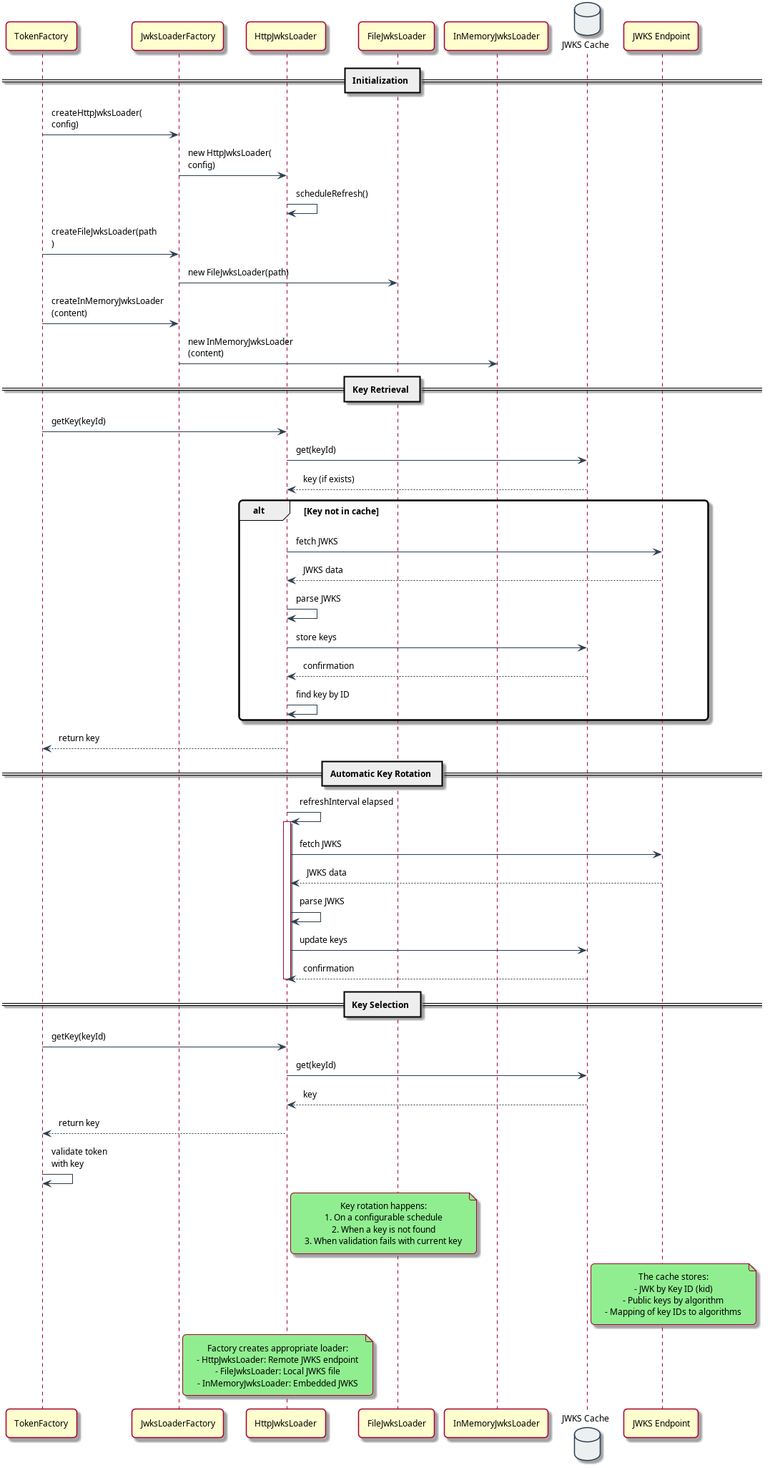
The PlantUML diagram doc/plantuml/key-management.png in cuioss/cui-jwt-validation, before a commit. Its source is kept beside it as doc/plantuml/key-management.puml.
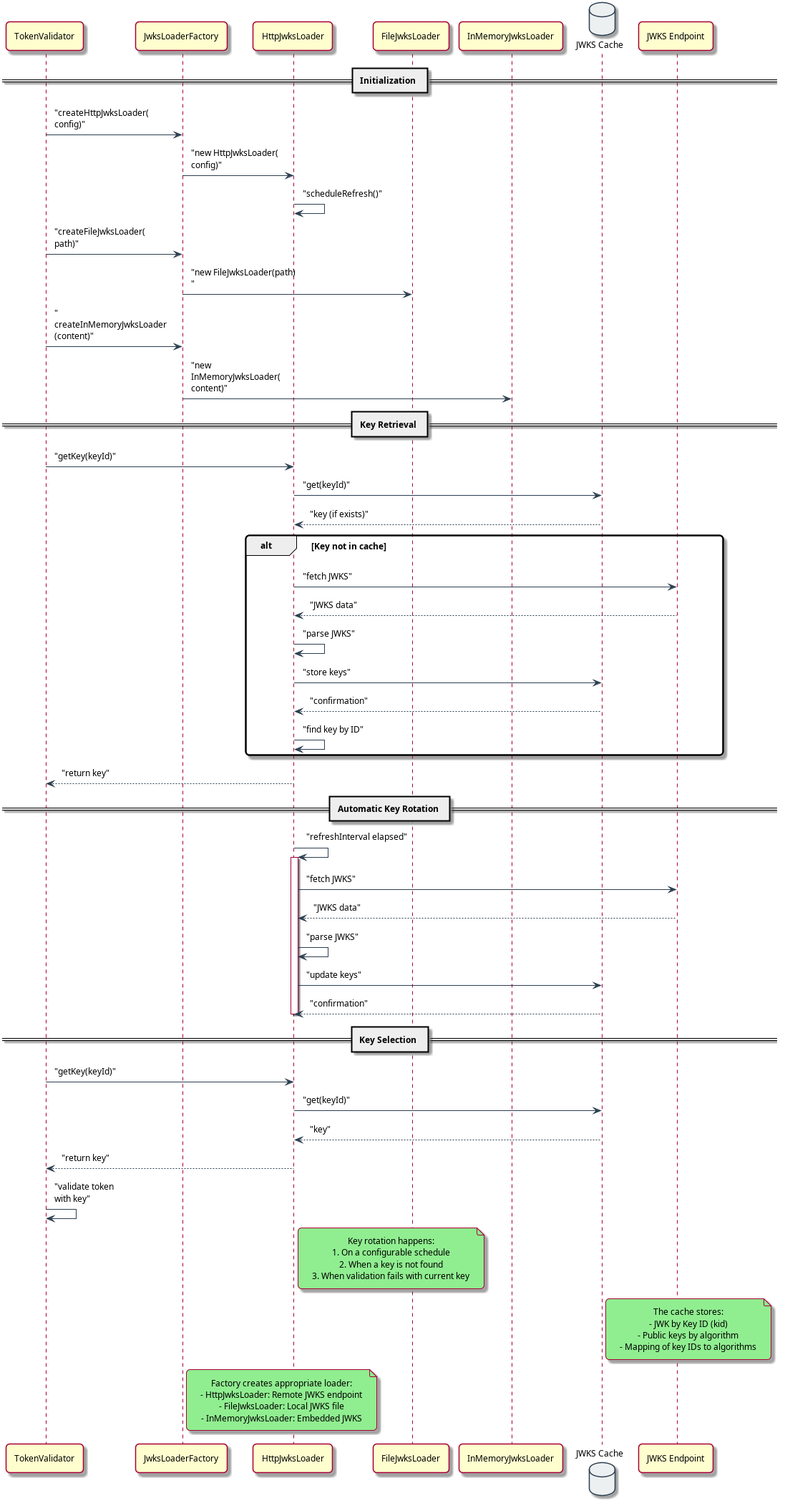
Later version of the same file.

The edit, as a diff of the source:
```diff
@@ -1,7 +1,7 @@
 @startuml
 !include plantuml.skin
 
-participant "TokenFactory" as TokenFactory
+participant "TokenValidator" as TokenValidator
 participant "JwksLoaderFactory" as JwksLoaderFactory
 participant "HttpJwksLoader" as HttpLoader
 participant "FileJwksLoader" as FileLoader
@@ -11,52 +11,52 @@
 
 == Initialization ==
 
-TokenFactory -> JwksLoaderFactory : createHttpJwksLoader(config)
-JwksLoaderFactory -> HttpLoader : new HttpJwksLoader(config)
-HttpLoader -> HttpLoader : scheduleRefresh()
+TokenValidator -> JwksLoaderFactory : "createHttpJwksLoader(config)"
+JwksLoaderFactory -> HttpLoader : "new HttpJwksLoader(config)"
+HttpLoader -> HttpLoader : "scheduleRefresh()"
 
-TokenFactory -> JwksLoaderFactory : createFileJwksLoader(path)
-JwksLoaderFactory -> FileLoader : new FileJwksLoader(path)
+TokenValidator -> JwksLoaderFactory : "createFileJwksLoader(path)"
+JwksLoaderFactory -> FileLoader : "new FileJwksLoader(path)"
 
-TokenFactory -> JwksLoaderFactory : createInMemoryJwksLoader(content)
-JwksLoaderFactory -> MemLoader : new InMemoryJwksLoader(content)
+TokenValidator -> JwksLoaderFactory : "createInMemoryJwksLoader(content)"
+JwksLoaderFactory -> MemLoader : "new InMemoryJwksLoader(content)"
 
 == Key Retrieval ==
 
-TokenFactory -> HttpLoader : getKey(keyId)
-HttpLoader -> Cache : get(keyId)
-Cache --> HttpLoader : key (if exists)
+TokenValidator -> HttpLoader : "getKey(keyId)"
+HttpLoader -> Cache : "get(keyId)"
+Cache --> HttpLoader : "key (if exists)"
 
 alt Key not in cache
-    HttpLoader -> Endpoint : fetch JWKS
-    Endpoint --> HttpLoader : JWKS data
-    HttpLoader -> HttpLoader : parse JWKS
-    HttpLoader -> Cache : store keys
-    Cache --> HttpLoader : confirmation
-    HttpLoader -> HttpLoader : find key by ID
+    HttpLoader -> Endpoint : "fetch JWKS"
+    Endpoint --> HttpLoader : "JWKS data"
+    HttpLoader -> HttpLoader : "parse JWKS"
+    HttpLoader -> Cache : "store keys"
+    Cache --> HttpLoader : "confirmation"
+    HttpLoader -> HttpLoader : "find key by ID"
 end
 
-HttpLoader --> TokenFactory : return key
+HttpLoader --> TokenValidator : "return key"
 
 == Automatic Key Rotation ==
 
-HttpLoader -> HttpLoader : refreshInterval elapsed
+HttpLoader -> HttpLoader : "refreshInterval elapsed"
 activate HttpLoader
-HttpLoader -> Endpoint : fetch JWKS
-Endpoint --> HttpLoader : JWKS data
-HttpLoader -> HttpLoader : parse JWKS
-HttpLoader -> Cache : update keys
-Cache --> HttpLoader : confirmation
+HttpLoader -> Endpoint : "fetch JWKS"
+Endpoint --> HttpLoader : "JWKS data"
+HttpLoader -> HttpLoader : "parse JWKS"
+HttpLoader -> Cache : "update keys"
+Cache --> HttpLoader : "confirmation"
 deactivate HttpLoader
 
 == Key Selection ==
 
-TokenFactory -> HttpLoader : getKey(keyId)
-HttpLoader -> Cache : get(keyId)
-Cache --> HttpLoader : key
-HttpLoader --> TokenFactory : return key
+TokenValidator -> HttpLoader : "getKey(keyId)"
+HttpLoader -> Cache : "get(keyId)"
+Cache --> HttpLoader : "key"
+HttpLoader --> TokenValidator : "return key"
 
-TokenFactory -> TokenFactory : validate token\nwith key
+TokenValidator -> TokenValidator : "validate token\nwith key"
 
 note right of HttpLoader
   Key rotation happens:
```
